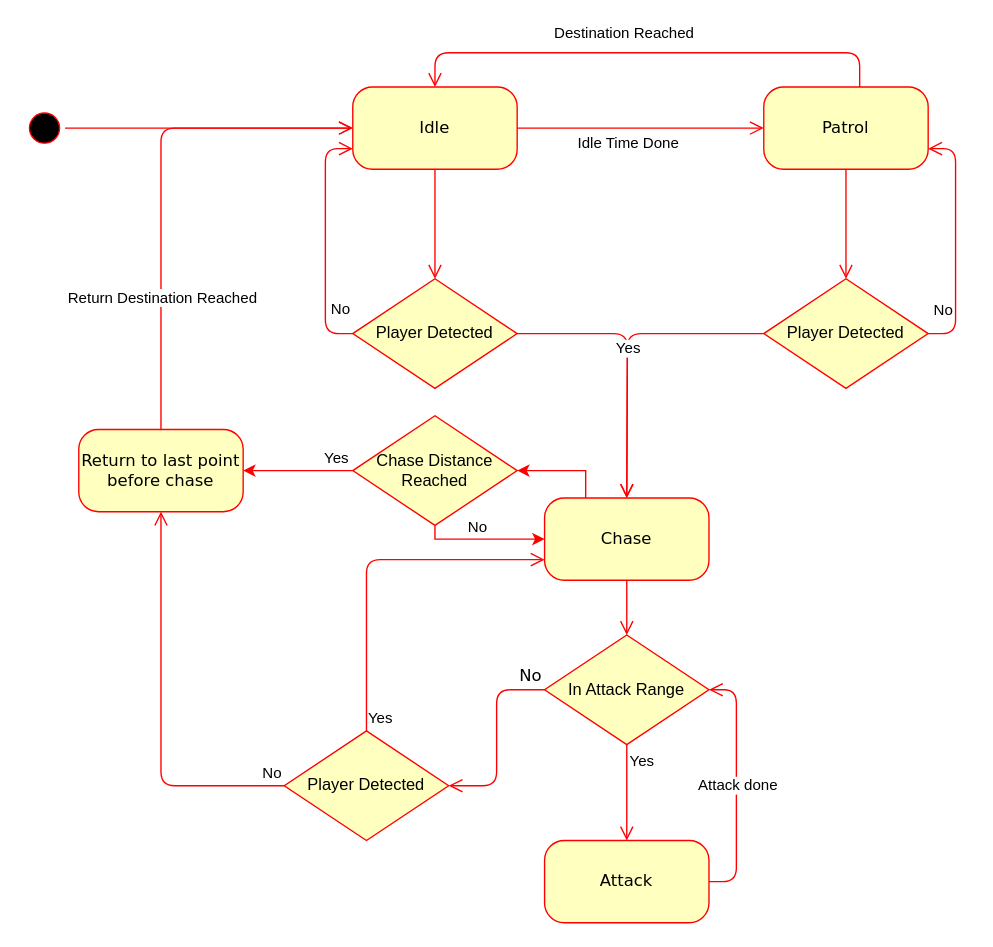
Before: Melee KI Ablaufdiagram.drawio in RDMJoker/LL_Semester2_Project, a draw.io diagram. Source tidied: cells renumbered, new cells numbered last; positions are measured from the earlier drawing's top-left corner, leaving out a move shared by most shapes. Both pictures are drawn from the tidied source at 137%, with x=0, y=0 at pixel (23, 52).
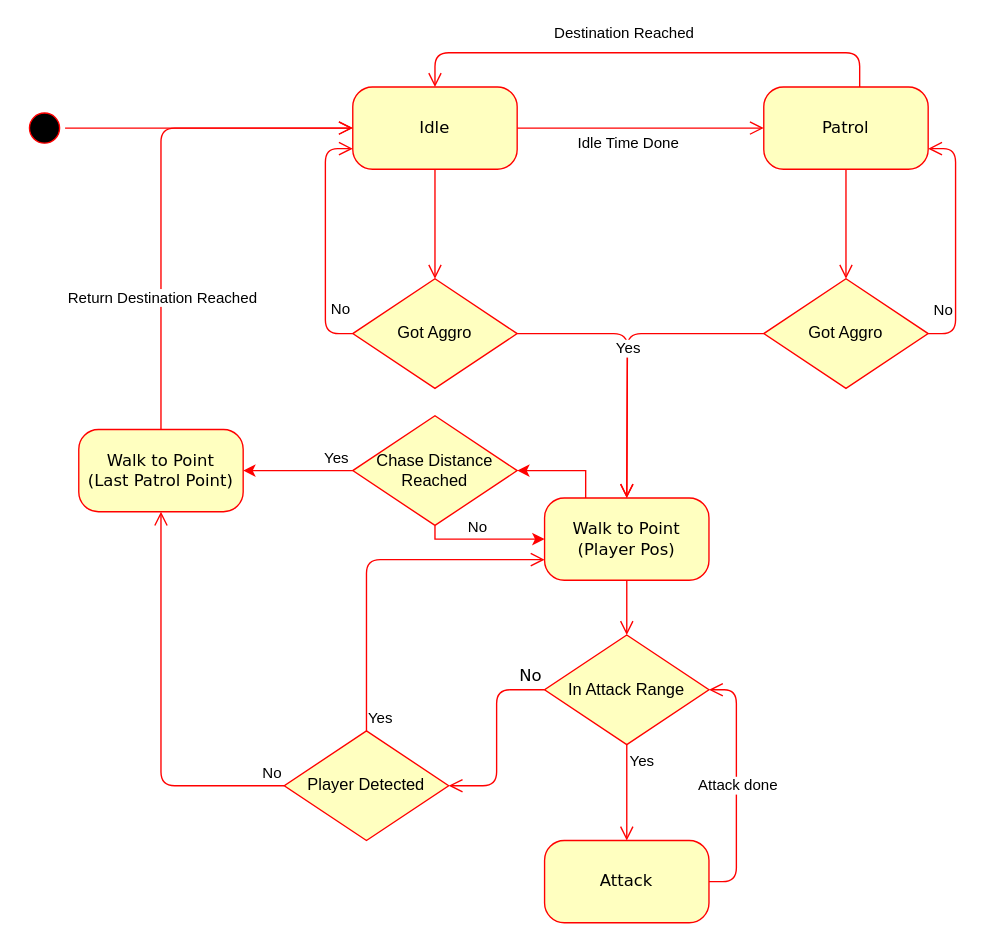
After the change.

Diff of the diagram source:
```diff
@@
-    <mxCell id="10" value="Chase" style="rounded=1;whiteSpace=wrap;html=1;arcSize=24;fontColor=#000000;fillColor=#ffffc0;strokeColor=#ff0000;shadow=0;comic=0;align=center;verticalAlign=middle;fontFamily=Verdana;fontSize=12;labelBackgroundColor=none;" parent="1" vertex="1">
+    <mxCell id="10" value="Walk to Point&lt;div&gt;(Player Pos)&lt;/div&gt;" style="rounded=1;whiteSpace=wrap;html=1;arcSize=24;fontColor=#000000;fillColor=#ffffc0;strokeColor=#ff0000;shadow=0;comic=0;align=center;verticalAlign=middle;fontFamily=Verdana;fontSize=12;labelBackgroundColor=none;" parent="1" vertex="1">
       <mxGeometry x="380" y="325" width="120" height="60" as="geometry" />
     </mxCell>
@@
-    <mxCell id="20" value="Return to last point before chase" style="rounded=1;whiteSpace=wrap;html=1;arcSize=24;fontColor=#000000;fillColor=#ffffc0;strokeColor=#ff0000;shadow=0;comic=0;align=center;verticalAlign=middle;fontFamily=Verdana;fontSize=12;labelBackgroundColor=none;" parent="1" vertex="1">
+    <mxCell id="20" value="Walk to Point&lt;div&gt;(Last Patrol Point)&lt;/div&gt;" style="rounded=1;whiteSpace=wrap;html=1;arcSize=24;fontColor=#000000;fillColor=#ffffc0;strokeColor=#ff0000;shadow=0;comic=0;align=center;verticalAlign=middle;fontFamily=Verdana;fontSize=12;labelBackgroundColor=none;" parent="1" vertex="1">
       <mxGeometry x="40" y="275" width="120" height="60" as="geometry" />
     </mxCell>
@@
-    <mxCell id="24" value="Player Detected" style="rhombus;whiteSpace=wrap;html=1;fontColor=#000000;fillColor=#ffffc0;strokeColor=#ff0000;" parent="1" vertex="1">
+    <mxCell id="24" value="Got Aggro" style="rhombus;whiteSpace=wrap;html=1;fontColor=#000000;fillColor=#ffffc0;strokeColor=#ff0000;" parent="1" vertex="1">
       <mxGeometry x="240" y="165" width="120" height="80" as="geometry" />
     </mxCell>
@@
-    <mxCell id="39" value="Player Detected" style="rhombus;whiteSpace=wrap;html=1;fontColor=#000000;fillColor=#ffffc0;strokeColor=#ff0000;" parent="1" vertex="1">
+    <mxCell id="39" value="Got Aggro" style="rhombus;whiteSpace=wrap;html=1;fontColor=#000000;fillColor=#ffffc0;strokeColor=#ff0000;" parent="1" vertex="1">
       <mxGeometry x="540" y="165" width="120" height="80" as="geometry" />
     </mxCell>
```
